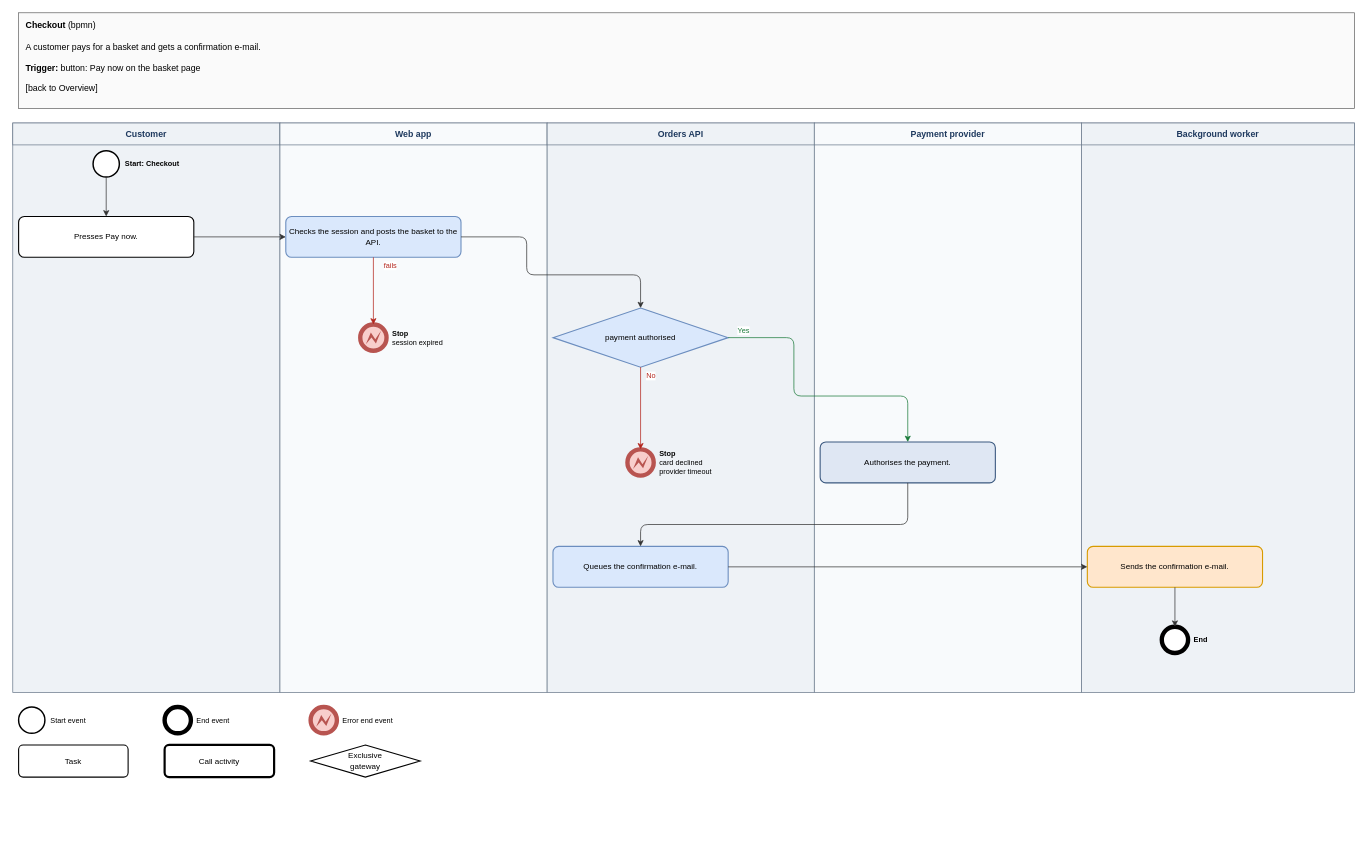
Earlier version of the draw.io diagram page "BPMN: Checkout" (5 of 10) of specialists/platform/skill-drawio/examples/shop/drawio/flows.drawio (amalikn/skills_stuff). Source tidied: cells renumbered, new cells numbered last; positions are measured from the earlier drawing's top-left corner, leaving out a move shared by most shapes. Both pictures are drawn from the tidied source at 73%, with x=0, y=0 at pixel (12, 12).
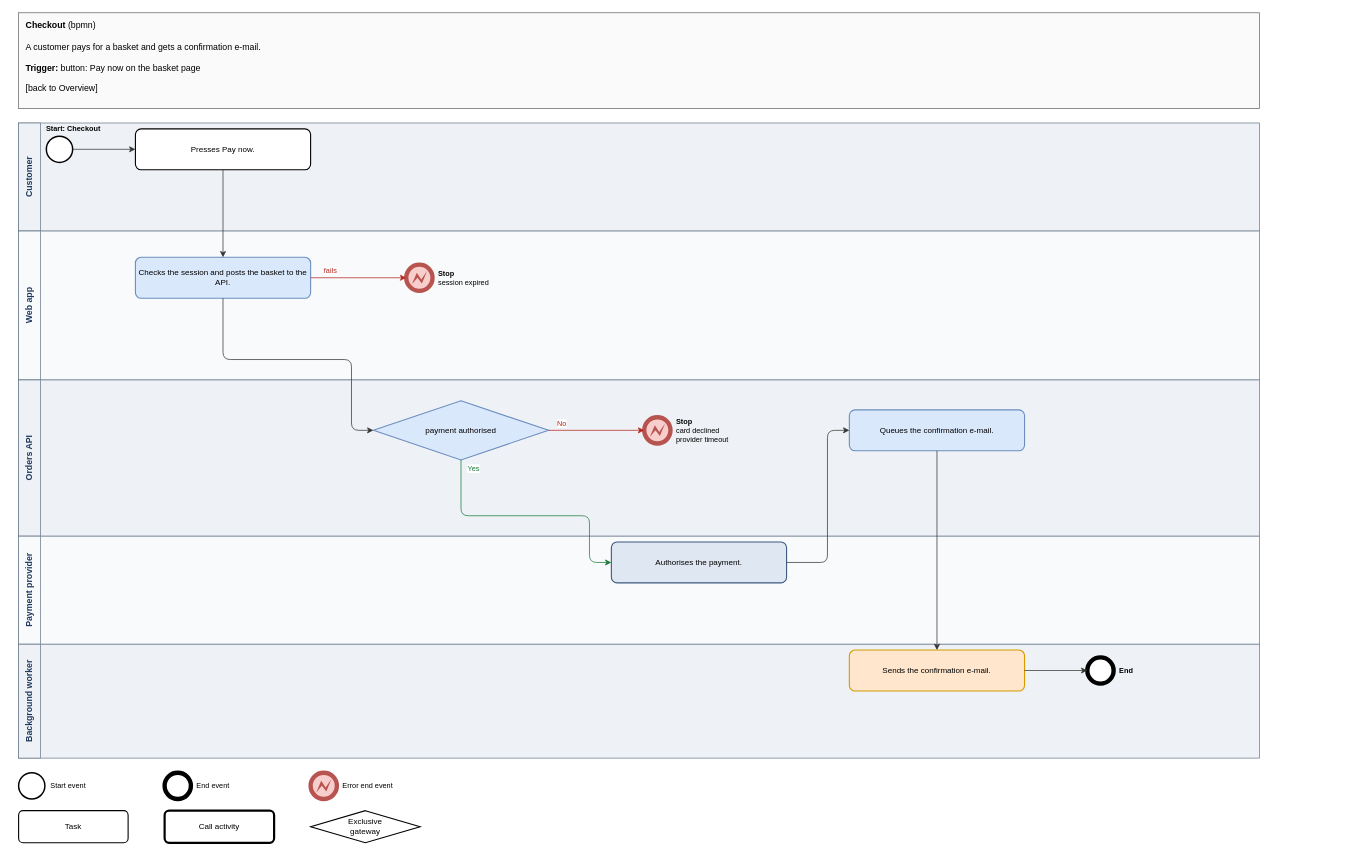
The same page after the edit.

The edit, as a diff of the source:
```diff
@@
     <mxCell id="2" value="&lt;b&gt;Checkout&lt;/b&gt; (bpmn)&lt;br&gt; &lt;br&gt;A customer pays for a basket and gets a confirmation e-mail.&lt;br&gt; &lt;br&gt;&lt;b&gt;Trigger:&lt;/b&gt; button: Pay now on the basket page&lt;br&gt; &lt;br&gt;[back to Overview]" style="rounded=0;whiteSpace=wrap;html=1;fillColor=#fafafa;strokeColor=#666666;align=left;verticalAlign=top;spacingLeft=8;spacingTop=4;fontSize=12;" parent="1" vertex="1">
-      <mxGeometry x="8" width="1830" height="131" as="geometry" />
+      <mxGeometry x="8" width="1700" height="131" as="geometry" />
     </mxCell>
     <mxCell id="3" style="rounded=0;html=1;fillColor=#eef2f6;strokeColor=#6b7a8c;" parent="1" vertex="1">
-      <mxGeometry y="151" width="366" height="780" as="geometry" />
+      <mxGeometry x="8" y="151" width="1700" height="148" as="geometry" />
     </mxCell>
-    <mxCell id="4" value="&lt;b&gt;Customer&lt;/b&gt;" style="rounded=0;whiteSpace=wrap;html=1;fillColor=#eef2f6;strokeColor=#6b7a8c;fontSize=12;fontColor=#1f3a5f;" parent="1" vertex="1">
-      <mxGeometry y="151" width="366" height="30" as="geometry" />
+    <mxCell id="4" value="&lt;b&gt;Customer&lt;/b&gt;" style="rounded=0;whiteSpace=wrap;html=1;fillColor=#eef2f6;strokeColor=#6b7a8c;fontSize=12;fontColor=#1f3a5f;horizontal=0;" parent="1" vertex="1">
+      <mxGeometry x="8" y="151" width="30" height="148" as="geometry" />
     </mxCell>
     <mxCell id="5" style="rounded=0;html=1;fillColor=#f8fafc;strokeColor=#6b7a8c;" parent="1" vertex="1">
-      <mxGeometry x="366" y="151" width="366" height="780" as="geometry" />
+      <mxGeometry x="8" y="299" width="1700" height="204" as="geometry" />
     </mxCell>
-    <mxCell id="6" value="&lt;b&gt;Web app&lt;/b&gt;" style="rounded=0;whiteSpace=wrap;html=1;fillColor=#f8fafc;strokeColor=#6b7a8c;fontSize=12;fontColor=#1f3a5f;" parent="1" vertex="1">
-      <mxGeometry x="366" y="151" width="366" height="30" as="geometry" />
+    <mxCell id="6" value="&lt;b&gt;Web app&lt;/b&gt;" style="rounded=0;whiteSpace=wrap;html=1;fillColor=#f8fafc;strokeColor=#6b7a8c;fontSize=12;fontColor=#1f3a5f;horizontal=0;" parent="1" vertex="1">
+      <mxGeometry x="8" y="299" width="30" height="204" as="geometry" />
     </mxCell>
     <mxCell id="7" style="rounded=0;html=1;fillColor=#eef2f6;strokeColor=#6b7a8c;" parent="1" vertex="1">
-      <mxGeometry x="732" y="151" width="366" height="780" as="geometry" />
+      <mxGeometry x="8" y="503" width="1700" height="214" as="geometry" />
     </mxCell>
-    <mxCell id="8" value="&lt;b&gt;Orders API&lt;/b&gt;" style="rounded=0;whiteSpace=wrap;html=1;fillColor=#eef2f6;strokeColor=#6b7a8c;fontSize=12;fontColor=#1f3a5f;" parent="1" vertex="1">
-      <mxGeometry x="732" y="151" width="366" height="30" as="geometry" />
+    <mxCell id="8" value="&lt;b&gt;Orders API&lt;/b&gt;" style="rounded=0;whiteSpace=wrap;html=1;fillColor=#eef2f6;strokeColor=#6b7a8c;fontSize=12;fontColor=#1f3a5f;horizontal=0;" parent="1" vertex="1">
+      <mxGeometry x="8" y="503" width="30" height="214" as="geometry" />
     </mxCell>
     <mxCell id="9" style="rounded=0;html=1;fillColor=#f8fafc;strokeColor=#6b7a8c;" parent="1" vertex="1">
-      <mxGeometry x="1098" y="151" width="366" height="780" as="geometry" />
+      <mxGeometry x="8" y="717" width="1700" height="148" as="geometry" />
     </mxCell>
-    <mxCell id="10" value="&lt;b&gt;Payment provider&lt;/b&gt;" style="rounded=0;whiteSpace=wrap;html=1;fillColor=#f8fafc;strokeColor=#6b7a8c;fontSize=12;fontColor=#1f3a5f;" parent="1" vertex="1">
-      <mxGeometry x="1098" y="151" width="366" height="30" as="geometry" />
+    <mxCell id="10" value="&lt;b&gt;Payment provider&lt;/b&gt;" style="rounded=0;whiteSpace=wrap;html=1;fillColor=#f8fafc;strokeColor=#6b7a8c;fontSize=12;fontColor=#1f3a5f;horizontal=0;" parent="1" vertex="1">
+      <mxGeometry x="8" y="717" width="30" height="148" as="geometry" />
     </mxCell>
     <mxCell id="11" style="rounded=0;html=1;fillColor=#eef2f6;strokeColor=#6b7a8c;" parent="1" vertex="1">
-      <mxGeometry x="1464" y="151" width="374" height="780" as="geometry" />
+      <mxGeometry x="8" y="865" width="1700" height="156" as="geometry" />
     </mxCell>
-    <mxCell id="12" value="&lt;b&gt;Background worker&lt;/b&gt;" style="rounded=0;whiteSpace=wrap;html=1;fillColor=#eef2f6;strokeColor=#6b7a8c;fontSize=12;fontColor=#1f3a5f;" parent="1" vertex="1">
-      <mxGeometry x="1464" y="151" width="374" height="30" as="geometry" />
+    <mxCell id="12" value="&lt;b&gt;Background worker&lt;/b&gt;" style="rounded=0;whiteSpace=wrap;html=1;fillColor=#eef2f6;strokeColor=#6b7a8c;fontSize=12;fontColor=#1f3a5f;horizontal=0;" parent="1" vertex="1">
+      <mxGeometry x="8" y="865" width="30" height="156" as="geometry" />
     </mxCell>
     <mxCell id="13" style="shape=mxgraph.bpmn.shape;html=1;perimeter=ellipsePerimeter;labelBackgroundColor=none;strokeColor=#000000;strokeWidth=2;fillColor=#ffffff;outline=standard;symbol=general;" parent="1" vertex="1">
-      <mxGeometry x="110" y="189" width="36" height="36" as="geometry" />
+      <mxGeometry x="46" y="169" width="36" height="36" as="geometry" />
     </mxCell>
     <mxCell id="14" value="&lt;b&gt;Start: Checkout&lt;/b&gt;" style="text;html=1;whiteSpace=wrap;align=left;verticalAlign=middle;fontSize=10;labelBackgroundColor=none;spacingLeft=2;" parent="1" vertex="1">
-      <mxGeometry x="150" y="189" width="110" height="36" as="geometry" />
+      <mxGeometry x="42" y="149" width="150" height="18" as="geometry" />
     </mxCell>
     <mxCell id="15" value="Presses Pay now." style="rounded=1;arcSize=14;whiteSpace=wrap;html=1;fontSize=11;fillColor=#ffffff;strokeColor=#000000;strokeWidth=1.5;" parent="1" vertex="1">
-      <mxGeometry x="8" y="279" width="240" height="56" as="geometry" />
+      <mxGeometry x="168" y="159" width="240" height="56" as="geometry" />
     </mxCell>
     <mxCell id="16" value="Checks the session and posts the basket to the API." style="rounded=1;arcSize=14;whiteSpace=wrap;html=1;fontSize=11;fillColor=#dae8fc;strokeColor=#6c8ebf;strokeWidth=1.5;" parent="1" vertex="1">
-      <mxGeometry x="374" y="279" width="240" height="56" as="geometry" />
+      <mxGeometry x="168" y="335" width="240" height="56" as="geometry" />
     </mxCell>
     <mxCell id="17" value="payment authorised" style="rhombus;whiteSpace=wrap;html=1;fontSize=11;fillColor=#dae8fc;strokeColor=#6c8ebf;strokeWidth=1.5;spacingLeft=30;spacingRight=30;" parent="1" vertex="1">
-      <mxGeometry x="740" y="404.5" width="240" height="81" as="geometry" />
+      <mxGeometry x="494" y="531.5" width="240" height="81" as="geometry" />
     </mxCell>
     <mxCell id="18" value="Authorises the payment." style="rounded=1;arcSize=14;whiteSpace=wrap;html=1;fontSize=11;fillColor=#dfe7f3;strokeColor=#3d5a80;strokeWidth=1.5;" parent="1" vertex="1">
-      <mxGeometry x="1106" y="588" width="240" height="56" as="geometry" />
+      <mxGeometry x="820" y="725" width="240" height="56" as="geometry" />
     </mxCell>
     <mxCell id="19" value="Queues the confirmation e-mail." style="rounded=1;arcSize=14;whiteSpace=wrap;html=1;fontSize=11;fillColor=#dae8fc;strokeColor=#6c8ebf;strokeWidth=1.5;" parent="1" vertex="1">
-      <mxGeometry x="740" y="731" width="240" height="56" as="geometry" />
+      <mxGeometry x="1146" y="544" width="240" height="56" as="geometry" />
     </mxCell>
     <mxCell id="20" value="Sends the confirmation e-mail." style="rounded=1;arcSize=14;whiteSpace=wrap;html=1;fontSize=11;fillColor=#ffe6cc;strokeColor=#d79b00;strokeWidth=1.5;" parent="1" vertex="1">
-      <mxGeometry x="1472" y="731" width="240" height="56" as="geometry" />
+      <mxGeometry x="1146" y="873" width="240" height="56" as="geometry" />
     </mxCell>
     <mxCell id="21" style="shape=mxgraph.bpmn.shape;html=1;perimeter=ellipsePerimeter;labelBackgroundColor=none;strokeColor=#000000;strokeWidth=2;fillColor=#ffffff;outline=end;symbol=general;" parent="1" vertex="1">
-      <mxGeometry x="1574" y="841" width="36" height="36" as="geometry" />
+      <mxGeometry x="1472" y="883" width="36" height="36" as="geometry" />
     </mxCell>
     <mxCell id="22" value="&lt;b&gt;End&lt;/b&gt;" style="text;html=1;whiteSpace=wrap;align=left;verticalAlign=middle;fontSize=10;labelBackgroundColor=none;spacingLeft=2;" parent="1" vertex="1">
-      <mxGeometry x="1614" y="841" width="110" height="36" as="geometry" />
+      <mxGeometry x="1512" y="883" width="110" height="36" as="geometry" />
     </mxCell>
     <mxCell id="23" style="shape=mxgraph.bpmn.shape;html=1;perimeter=ellipsePerimeter;labelBackgroundColor=none;strokeColor=#b85450;strokeWidth=2;fillColor=#f8cecc;outline=end;symbol=error;" parent="1" vertex="1">
-      <mxGeometry x="476" y="427" width="36" height="36" as="geometry" />
+      <mxGeometry x="539" y="345" width="36" height="36" as="geometry" />
     </mxCell>
     <mxCell id="24" value="&lt;b&gt;Stop&lt;/b&gt;&lt;br&gt;session expired" style="text;html=1;whiteSpace=wrap;align=left;verticalAlign=middle;fontSize=10;labelBackgroundColor=none;spacingLeft=2;" parent="1" vertex="1">
-      <mxGeometry x="516" y="389" width="110" height="112" as="geometry" />
+      <mxGeometry x="579" y="307" width="110" height="112" as="geometry" />
     </mxCell>
     <mxCell id="25" style="shape=mxgraph.bpmn.shape;html=1;perimeter=ellipsePerimeter;labelBackgroundColor=none;strokeColor=#b85450;strokeWidth=2;fillColor=#f8cecc;outline=end;symbol=error;" parent="1" vertex="1">
-      <mxGeometry x="842" y="598" width="36" height="36" as="geometry" />
+      <mxGeometry x="865" y="554" width="36" height="36" as="geometry" />
     </mxCell>
     <mxCell id="26" value="&lt;b&gt;Stop&lt;/b&gt;&lt;br&gt;card declined&lt;br&gt;provider timeout" style="text;html=1;whiteSpace=wrap;align=left;verticalAlign=middle;fontSize=10;labelBackgroundColor=none;spacingLeft=2;" parent="1" vertex="1">
-      <mxGeometry x="882" y="555" width="110" height="122" as="geometry" />
+      <mxGeometry x="905" y="511" width="110" height="122" as="geometry" />
     </mxCell>
-    <mxCell id="27" style="edgeStyle=none;rounded=1;html=1;endArrow=classic;endFill=1;jumpStyle=arc;jumpSize=6;strokeColor=#333333;exitX=0.5;exitY=1;entryX=0.5;entryY=0;exitPerimeter=0;entryPerimeter=0;" parent="1" edge="1" source="13" target="15">
+    <mxCell id="27" style="edgeStyle=none;rounded=1;html=1;endArrow=classic;endFill=1;jumpStyle=arc;jumpSize=6;strokeColor=#333333;exitX=1;exitY=0.5;entryX=0;entryY=0.5;exitPerimeter=0;entryPerimeter=0;" parent="1" edge="1" source="13" target="15">
       <mxGeometry relative="1" as="geometry" />
     </mxCell>
-    <mxCell id="28" style="edgeStyle=none;rounded=1;html=1;endArrow=classic;endFill=1;jumpStyle=arc;jumpSize=6;strokeColor=#333333;exitX=1;exitY=0.5;entryX=0;entryY=0.5;exitPerimeter=0;entryPerimeter=0;" parent="1" edge="1" source="15" target="16">
+    <mxCell id="28" style="edgeStyle=none;rounded=1;html=1;endArrow=classic;endFill=1;jumpStyle=arc;jumpSize=6;strokeColor=#333333;exitX=0.5;exitY=1;entryX=0.5;entryY=0;exitPerimeter=0;entryPerimeter=0;" parent="1" edge="1" source="15" target="16">
       <mxGeometry relative="1" as="geometry" />
     </mxCell>
-    <mxCell id="29" style="edgeStyle=none;rounded=1;html=1;endArrow=classic;endFill=1;jumpStyle=arc;jumpSize=6;strokeColor=#333333;exitX=1;exitY=0.5;entryX=0.5;entryY=0;exitPerimeter=0;entryPerimeter=0;" parent="1" edge="1" source="16" target="17">
+    <mxCell id="29" style="edgeStyle=none;rounded=1;html=1;endArrow=classic;endFill=1;jumpStyle=arc;jumpSize=6;strokeColor=#333333;exitX=0.5;exitY=1;entryX=0;entryY=0.5;exitPerimeter=0;entryPerimeter=0;" parent="1" edge="1" source="16" target="17">
       <mxGeometry relative="1" as="geometry">
         <Array as="points">
-          <mxPoint x="704" y="307" />
-          <mxPoint x="704" y="359" />
-          <mxPoint x="860" y="359" />
+          <mxPoint x="288" y="475" />
+          <mxPoint x="464" y="475" />
+          <mxPoint x="464" y="572" />
         </Array>
       </mxGeometry>
     </mxCell>
-    <mxCell id="30" style="edgeStyle=none;rounded=1;html=1;endArrow=classic;endFill=1;jumpStyle=arc;jumpSize=6;strokeColor=#b3261e;exitX=0.5;exitY=1;entryX=0.5;entryY=0;exitPerimeter=0;entryPerimeter=0;" parent="1" edge="1" source="16" target="23">
+    <mxCell id="30" style="edgeStyle=none;rounded=1;html=1;endArrow=classic;endFill=1;jumpStyle=arc;jumpSize=6;strokeColor=#b3261e;exitX=1;exitY=0.5;entryX=0;entryY=0.5;exitPerimeter=0;entryPerimeter=0;" parent="1" edge="1" source="16" target="23">
       <mxGeometry relative="1" as="geometry" />
     </mxCell>
-    <mxCell id="31" style="edgeStyle=none;rounded=1;html=1;endArrow=classic;endFill=1;jumpStyle=arc;jumpSize=6;strokeColor=#1b7a3a;exitX=1;exitY=0.5;entryX=0.5;entryY=0;exitPerimeter=0;entryPerimeter=0;" parent="1" edge="1" source="17" target="18">
+    <mxCell id="31" style="edgeStyle=none;rounded=1;html=1;endArrow=classic;endFill=1;jumpStyle=arc;jumpSize=6;strokeColor=#1b7a3a;exitX=0.5;exitY=1;entryX=0;entryY=0.5;exitPerimeter=0;entryPerimeter=0;" parent="1" edge="1" source="17" target="18">
       <mxGeometry relative="1" as="geometry">
         <Array as="points">
-          <mxPoint x="1070" y="445" />
-          <mxPoint x="1070" y="525" />
-          <mxPoint x="1226" y="525" />
+          <mxPoint x="614" y="689" />
+          <mxPoint x="790" y="689" />
+          <mxPoint x="790" y="753" />
         </Array>
       </mxGeometry>
     </mxCell>
-    <mxCell id="32" style="edgeStyle=none;rounded=1;html=1;endArrow=classic;endFill=1;jumpStyle=arc;jumpSize=6;strokeColor=#b3261e;exitX=0.5;exitY=1;entryX=0.5;entryY=0;exitPerimeter=0;entryPerimeter=0;" parent="1" edge="1" source="17" target="25">
+    <mxCell id="32" style="edgeStyle=none;rounded=1;html=1;endArrow=classic;endFill=1;jumpStyle=arc;jumpSize=6;strokeColor=#b3261e;exitX=1;exitY=0.5;entryX=0;entryY=0.5;exitPerimeter=0;entryPerimeter=0;" parent="1" edge="1" source="17" target="25">
       <mxGeometry relative="1" as="geometry" />
     </mxCell>
-    <mxCell id="33" style="edgeStyle=none;rounded=1;html=1;endArrow=classic;endFill=1;jumpStyle=arc;jumpSize=6;strokeColor=#333333;exitX=0.5;exitY=1;entryX=0.5;entryY=0;exitPerimeter=0;entryPerimeter=0;" parent="1" edge="1" source="18" target="19">
+    <mxCell id="33" style="edgeStyle=none;rounded=1;html=1;endArrow=classic;endFill=1;jumpStyle=arc;jumpSize=6;strokeColor=#333333;exitX=1;exitY=0.5;entryX=0;entryY=0.5;exitPerimeter=0;entryPerimeter=0;" parent="1" edge="1" source="18" target="19">
       <mxGeometry relative="1" as="geometry">
         <Array as="points">
-          <mxPoint x="1226" y="701" />
-          <mxPoint x="860" y="701" />
+          <mxPoint x="1116" y="753" />
+          <mxPoint x="1116" y="572" />
         </Array>
       </mxGeometry>
     </mxCell>
-    <mxCell id="34" style="edgeStyle=none;rounded=1;html=1;endArrow=classic;endFill=1;jumpStyle=arc;jumpSize=6;strokeColor=#333333;exitX=1;exitY=0.5;entryX=0;entryY=0.5;exitPerimeter=0;entryPerimeter=0;" parent="1" edge="1" source="19" target="20">
+    <mxCell id="34" style="edgeStyle=none;rounded=1;html=1;endArrow=classic;endFill=1;jumpStyle=arc;jumpSize=6;strokeColor=#333333;exitX=0.5;exitY=1;entryX=0.5;entryY=0;exitPerimeter=0;entryPerimeter=0;" parent="1" edge="1" source="19" target="20">
       <mxGeometry relative="1" as="geometry" />
     </mxCell>
-    <mxCell id="35" style="edgeStyle=none;rounded=1;html=1;endArrow=classic;endFill=1;jumpStyle=arc;jumpSize=6;strokeColor=#333333;exitX=0.5;exitY=1;entryX=0.5;entryY=0;exitPerimeter=0;entryPerimeter=0;" parent="1" edge="1" source="20" target="21">
+    <mxCell id="35" style="edgeStyle=none;rounded=1;html=1;endArrow=classic;endFill=1;jumpStyle=arc;jumpSize=6;strokeColor=#333333;exitX=1;exitY=0.5;entryX=0;entryY=0.5;exitPerimeter=0;entryPerimeter=0;" parent="1" edge="1" source="20" target="21">
       <mxGeometry relative="1" as="geometry" />
     </mxCell>
     <mxCell id="36" value="fails" style="text;html=1;align=center;verticalAlign=middle;fontSize=10;labelBackgroundColor=#ffffff;fontColor=#b3261e;" parent="1" vertex="1">
-      <mxGeometry x="498" y="338" width="38" height="16" as="geometry" />
+      <mxGeometry x="416" y="345" width="38" height="16" as="geometry" />
     </mxCell>
     <mxCell id="37" value="Yes" style="text;html=1;align=center;verticalAlign=middle;fontSize=10;labelBackgroundColor=#ffffff;fontColor=#1b7a3a;" parent="1" vertex="1">
-      <mxGeometry x="988" y="427" width="26" height="16" as="geometry" />
+      <mxGeometry x="618" y="615.5" width="26" height="16" as="geometry" />
     </mxCell>
     <mxCell id="38" value="No" style="text;html=1;align=center;verticalAlign=middle;fontSize=10;labelBackgroundColor=#ffffff;fontColor=#b3261e;" parent="1" vertex="1">
-      <mxGeometry x="864" y="488.5" width="20" height="16" as="geometry" />
+      <mxGeometry x="742" y="554" width="20" height="16" as="geometry" />
     </mxCell>
     <mxCell id="39" style="shape=mxgraph.bpmn.shape;html=1;perimeter=ellipsePerimeter;labelBackgroundColor=none;strokeColor=#000000;strokeWidth=2;fillColor=#ffffff;outline=standard;symbol=general;" parent="1" vertex="1">
-      <mxGeometry x="8" y="951" width="36" height="36" as="geometry" />
+      <mxGeometry x="8" y="1041" width="36" height="36" as="geometry" />
     </mxCell>
     <mxCell id="40" value="Start event" style="text;html=1;whiteSpace=wrap;align=left;verticalAlign=middle;fontSize=10;labelBackgroundColor=none;spacingLeft=2;" parent="1" vertex="1">
-      <mxGeometry x="48" y="951" width="110" height="36" as="geometry" />
+      <mxGeometry x="48" y="1041" width="110" height="36" as="geometry" />
     </mxCell>
     <mxCell id="41" style="shape=mxgraph.bpmn.shape;html=1;perimeter=ellipsePerimeter;labelBackgroundColor=none;strokeColor=#000000;strokeWidth=2;fillColor=#ffffff;outline=end;symbol=general;" parent="1" vertex="1">
-      <mxGeometry x="208" y="951" width="36" height="36" as="geometry" />
+      <mxGeometry x="208" y="1041" width="36" height="36" as="geometry" />
     </mxCell>
     <mxCell id="42" value="End event" style="text;html=1;whiteSpace=wrap;align=left;verticalAlign=middle;fontSize=10;labelBackgroundColor=none;spacingLeft=2;" parent="1" vertex="1">
-      <mxGeometry x="248" y="951" width="110" height="36" as="geometry" />
+      <mxGeometry x="248" y="1041" width="110" height="36" as="geometry" />
     </mxCell>
     <mxCell id="43" style="shape=mxgraph.bpmn.shape;html=1;perimeter=ellipsePerimeter;labelBackgroundColor=none;strokeColor=#b85450;strokeWidth=2;fillColor=#f8cecc;outline=end;symbol=error;" parent="1" vertex="1">
-      <mxGeometry x="408" y="951" width="36" height="36" as="geometry" />
+      <mxGeometry x="408" y="1041" width="36" height="36" as="geometry" />
     </mxCell>
     <mxCell id="44" value="Error end event" style="text;html=1;whiteSpace=wrap;align=left;verticalAlign=middle;fontSize=10;labelBackgroundColor=none;spacingLeft=2;" parent="1" vertex="1">
-      <mxGeometry x="448" y="951" width="110" height="36" as="geometry" />
+      <mxGeometry x="448" y="1041" width="110" height="36" as="geometry" />
     </mxCell>
     <mxCell id="45" value="Task" style="rounded=1;arcSize=14;whiteSpace=wrap;html=1;fontSize=11;fillColor=#ffffff;strokeColor=#000000;strokeWidth=1.5;" parent="1" vertex="1">
-      <mxGeometry x="8" y="1003" width="150" height="44" as="geometry" />
+      <mxGeometry x="8" y="1093" width="150" height="44" as="geometry" />
     </mxCell>
     <mxCell id="46" value="Call activity" style="rounded=1;arcSize=14;whiteSpace=wrap;html=1;fontSize=11;fillColor=#ffffff;strokeColor=#000000;strokeWidth=3;" parent="1" vertex="1">
-      <mxGeometry x="208" y="1003" width="150" height="44" as="geometry" />
+      <mxGeometry x="208" y="1093" width="150" height="44" as="geometry" />
     </mxCell>
     <mxCell id="47" value="Exclusive gateway" style="rhombus;whiteSpace=wrap;html=1;fontSize=11;fillColor=#ffffff;strokeColor=#000000;strokeWidth=1.5;spacingLeft=30;spacingRight=30;" parent="1" vertex="1">
-      <mxGeometry x="408" y="1003" width="150" height="44" as="geometry" />
+      <mxGeometry x="408" y="1093" width="150" height="44" as="geometry" />
     </mxCell>
```
